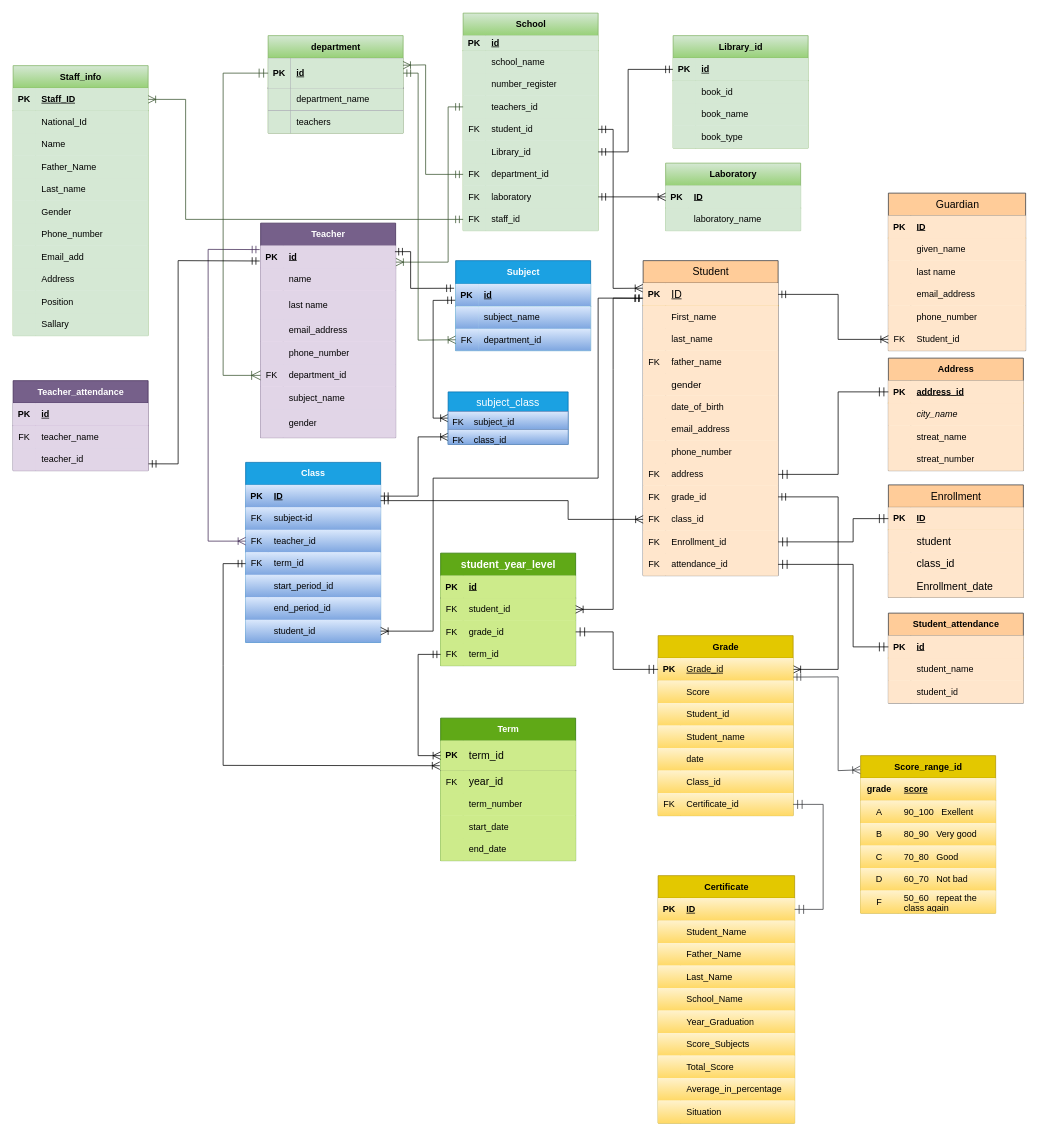
Above: page "Page-1" (1 of 2) of ERD for School.drawio in murtazaGharibyar1383/Database-for-school (draw.io), before the change. Source tidied: cells renumbered, new cells numbered last; positions are measured from the earlier drawing's top-left corner, leaving out a move shared by most shapes. Both pictures are drawn from the tidied source at 75%, with x=0, y=0 at pixel (13, 13).
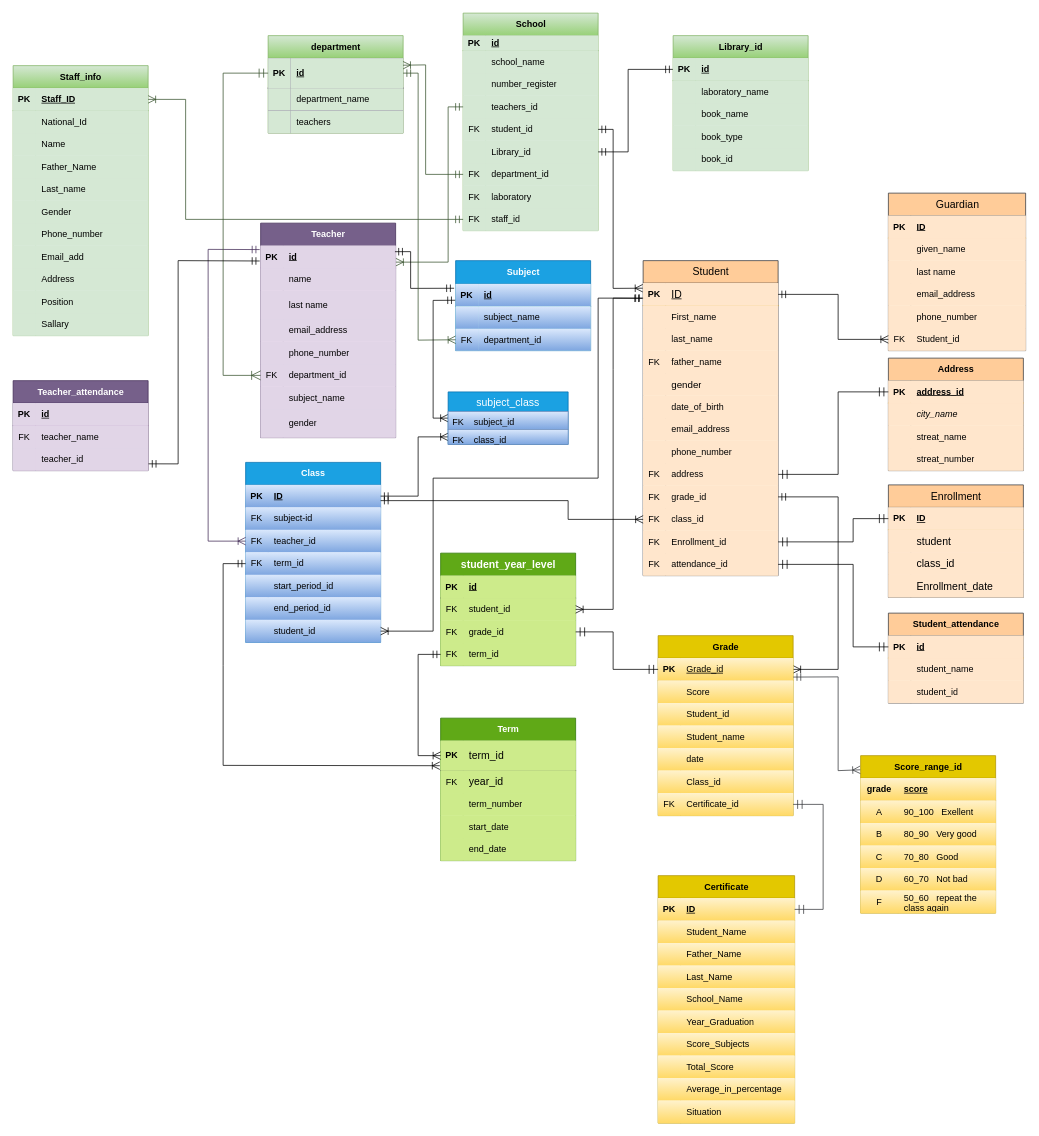
The same diagram, later.

The change refers to these unchanged cells:
```xml
<mxCell id="179" style="shape=tableRow;horizontal=0;startSize=0;swimlaneHead=0;swimlaneBody=0;fillColor=#d5e8d4;points=[[0,0.5],[1,0.5]];portConstraint=eastwest;top=0;left=0;right=0;bottom=0;strokeColor=#82b366;rounded=0;" parent="157" vertex="1">
  <mxGeometry y="230" width="180" height="30" as="geometry" />
</mxCell>
<mxCell id="192" style="shape=tableRow;horizontal=0;startSize=0;swimlaneHead=0;swimlaneBody=0;fillColor=#d5e8d4;top=0;left=0;right=0;bottom=0;strokeColor=#82b366;rounded=0;" parent="188" vertex="1">
  <mxGeometry y="60" width="180" height="30" as="geometry" />
</mxCell>
```

What changed in the source:
```diff
@@
     <mxCell id="188" value="Library_id" style="shape=table;startSize=30;childLayout=tableLayout;rowLines=0;fontStyle=1;align=center;html=1;fillColor=#d5e8d4;strokeColor=#82b366;rounded=0;gradientColor=#97d077;" parent="1" vertex="1">
-      <mxGeometry x="880" y="30" width="180" height="150" as="geometry" />
+      <mxGeometry x="880" y="30" width="180" height="180" as="geometry" />
     </mxCell>
@@
-    <mxCell id="194" value="book_id" style="shape=partialRectangle;fillColor=#d5e8d4;top=0;left=0;bottom=0;right=0;align=left;spacingLeft=6;overflow=hidden;whiteSpace=wrap;html=1;strokeColor=#82b366;rounded=0;" parent="192" vertex="1">
+    <mxCell id="194" value="laboratory_name" style="shape=partialRectangle;fillColor=#d5e8d4;top=0;left=0;bottom=0;right=0;align=left;spacingLeft=6;overflow=hidden;whiteSpace=wrap;html=1;strokeColor=#82b366;rounded=0;" parent="192" vertex="1">
       <mxGeometry x="30" width="150" height="30" as="geometry" />
     </mxCell>
@@
+    <mxCell id="386" style="shape=tableRow;horizontal=0;startSize=0;swimlaneHead=0;swimlaneBody=0;fillColor=#d5e8d4;top=0;left=0;right=0;bottom=0;strokeColor=#82b366;rounded=0;" parent="188" vertex="1">
+      <mxGeometry y="150" width="180" height="30" as="geometry" />
+    </mxCell>
+    <mxCell id="387" style="shape=partialRectangle;fillColor=#d5e8d4;top=0;left=0;bottom=0;right=0;overflow=hidden;whiteSpace=wrap;html=1;strokeColor=#82b366;rounded=0;" parent="386" vertex="1">
+      <mxGeometry width="30" height="30" as="geometry" />
+    </mxCell>
+    <mxCell id="388" value="book_id" style="shape=partialRectangle;fillColor=#d5e8d4;top=0;left=0;bottom=0;right=0;align=left;spacingLeft=6;overflow=hidden;whiteSpace=wrap;html=1;strokeColor=#82b366;rounded=0;" parent="386" vertex="1">
+      <mxGeometry x="30" width="150" height="30" as="geometry" />
+    </mxCell>
@@
-    <mxCell id="311" value="Laboratory" style="shape=table;startSize=30;childLayout=tableLayout;rowLines=0;fontStyle=1;align=center;html=1;fillColor=#d5e8d4;strokeColor=#82b366;gradientColor=#97d077;" parent="1" vertex="1">
-      <mxGeometry x="870" y="200" width="180" height="90" as="geometry" />
-    </mxCell>
-    <mxCell id="312" style="shape=tableRow;horizontal=0;startSize=0;swimlaneHead=0;swimlaneBody=0;fillColor=#d5e8d4;points=[[0,0.5],[1,0.5]];portConstraint=eastwest;top=0;left=0;right=0;bottom=1;strokeColor=#82b366;" parent="311" vertex="1">
-      <mxGeometry y="30" width="180" height="30" as="geometry" />
-    </mxCell>
-    <mxCell id="313" value="PK" style="shape=partialRectangle;fillColor=#d5e8d4;top=0;left=0;bottom=0;right=0;fontStyle=1;overflow=hidden;whiteSpace=wrap;html=1;strokeColor=#82b366;" parent="312" vertex="1">
-      <mxGeometry width="30" height="30" as="geometry" />
-    </mxCell>
-    <mxCell id="314" value="ID" style="shape=partialRectangle;fillColor=#d5e8d4;top=0;left=0;bottom=0;right=0;align=left;spacingLeft=6;fontStyle=5;overflow=hidden;whiteSpace=wrap;html=1;strokeColor=#82b366;" parent="312" vertex="1">
-      <mxGeometry x="30" width="150" height="30" as="geometry" />
-    </mxCell>
-    <mxCell id="315" style="shape=tableRow;horizontal=0;startSize=0;swimlaneHead=0;swimlaneBody=0;fillColor=#d5e8d4;top=0;left=0;right=0;bottom=0;strokeColor=#82b366;" parent="311" vertex="1">
-      <mxGeometry y="60" width="180" height="30" as="geometry" />
-    </mxCell>
-    <mxCell id="316" style="shape=partialRectangle;fillColor=#d5e8d4;top=0;left=0;bottom=0;right=0;overflow=hidden;whiteSpace=wrap;html=1;strokeColor=#82b366;" parent="315" vertex="1">
-      <mxGeometry width="30" height="30" as="geometry" />
-    </mxCell>
-    <mxCell id="317" value="laboratory_name" style="shape=partialRectangle;fillColor=#d5e8d4;top=0;left=0;bottom=0;right=0;align=left;spacingLeft=6;overflow=hidden;whiteSpace=wrap;html=1;strokeColor=#82b366;" parent="315" vertex="1">
-      <mxGeometry x="30" width="150" height="30" as="geometry" />
-    </mxCell>
-    <mxCell id="318" style="fontSize=12;html=1;endArrow=ERoneToMany;startArrow=ERmandOne;rounded=0;endSize=8;startSize=8;labelBackgroundColor=none;fontColor=default;entryX=0;entryY=0.5;entryDx=0;entryDy=0;exitX=1;exitY=0.5;exitDx=0;exitDy=0;" parent="1" edge="1" source="179" target="312">
-      <mxGeometry relative="1" as="geometry" />
-    </mxCell>
```
